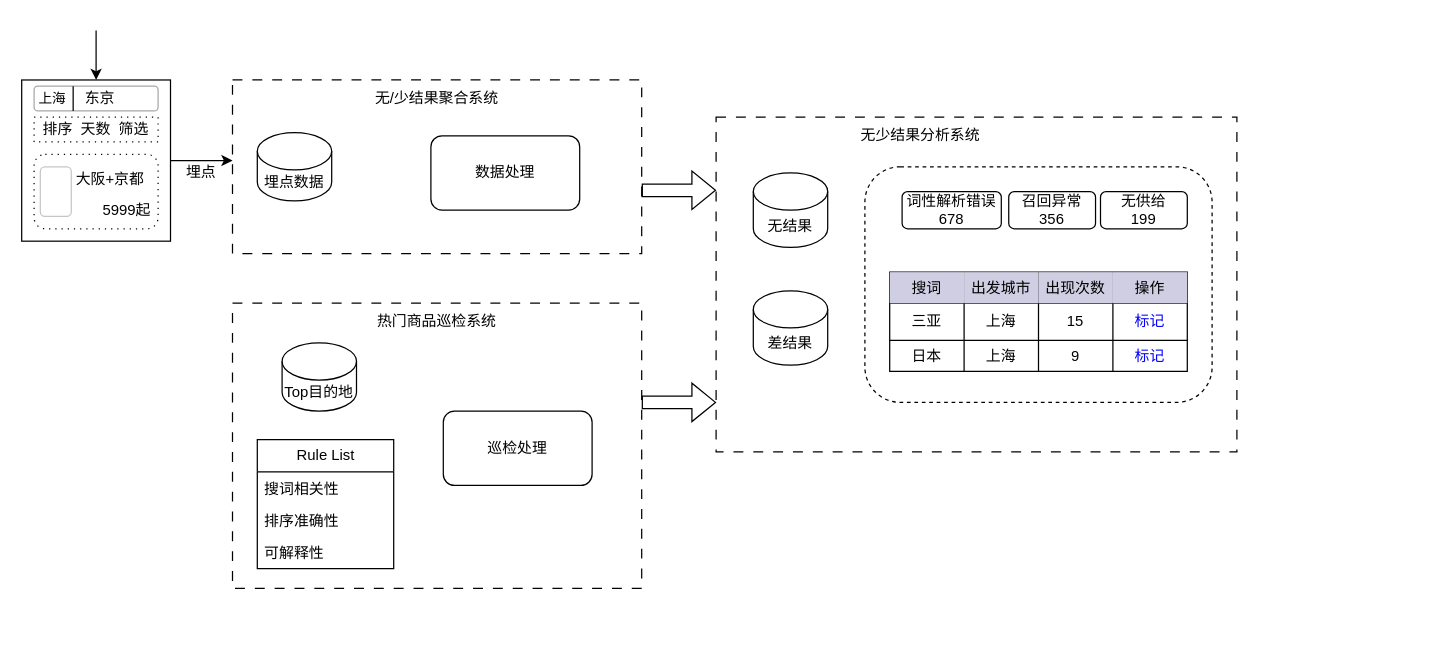
The draw.io diagram 旅游搜索引擎质量评估平台工具建设.drawio in haiyang1985/draw-io, before the edit. Source tidied: cells renumbered, new cells numbered last; positions are measured from the earlier drawing's top-left corner, leaving out a move shared by most shapes. Both pictures are drawn from the tidied source at 124%, with x=0, y=0 at pixel (21, 30).
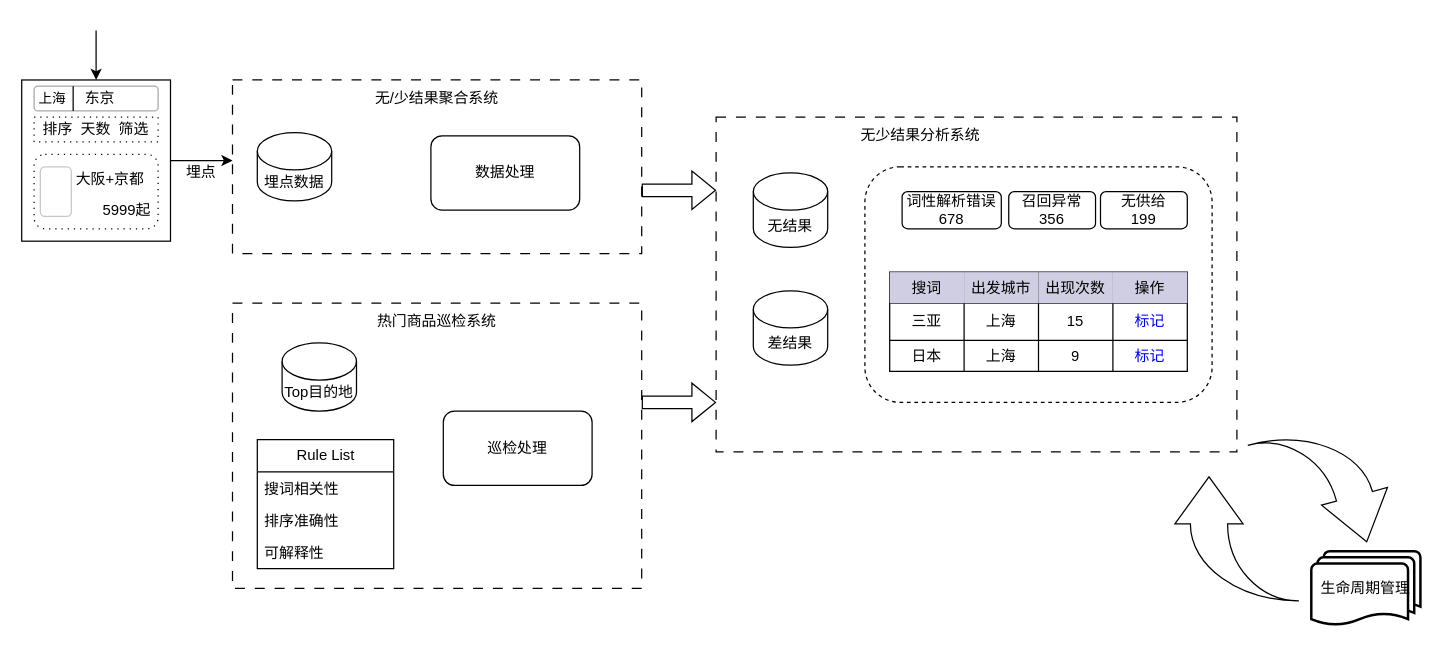
The same page after the edit.

Commit message:
更新旅游搜索引擎质量评估平台工具建设.drawio

The edit, as a diff of the source:
```diff
@@
+    <mxCell id="52" value="生命周期管理" style="strokeWidth=2;html=1;shape=mxgraph.flowchart.multi-document;whiteSpace=wrap;" parent="1" vertex="1">
+      <mxGeometry x="1040" y="420" width="88" height="60" as="geometry" />
+    </mxCell>
+    <mxCell id="53" style="html=1;shadow=0;dashed=0;align=center;verticalAlign=middle;shape=mxgraph.arrows2.jumpInArrow;dy=15;dx=38;arrowHead=55;rotation=75;" parent="1" vertex="1">
+      <mxGeometry x="1000" y="320" width="100" height="100" as="geometry" />
+    </mxCell>
+    <mxCell id="54" style="html=1;shadow=0;dashed=0;align=center;verticalAlign=middle;shape=mxgraph.arrows2.jumpInArrow;dy=15;dx=38;arrowHead=55;rotation=-90;" parent="1" vertex="1">
+      <mxGeometry x="930" y="360" width="100" height="100" as="geometry" />
+    </mxCell>
```
